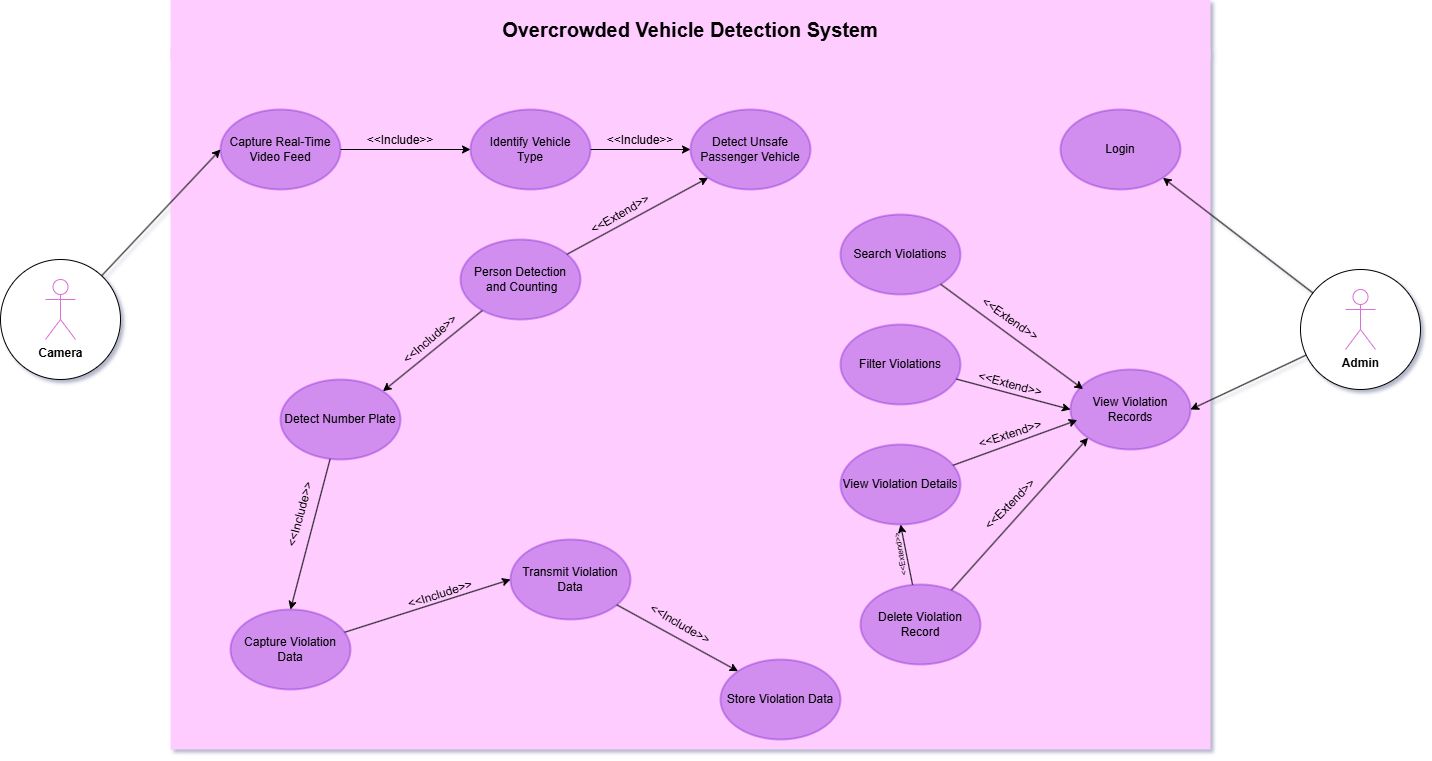
Before: Use Case Diagram.png, a diagram exported from draw.io (safe-ride-AI/unsafe-passenger-detection). Source tidied: cells renumbered, new cells last; positions are measured from the earlier drawing's top-left corner, leaving out a move shared by most shapes.
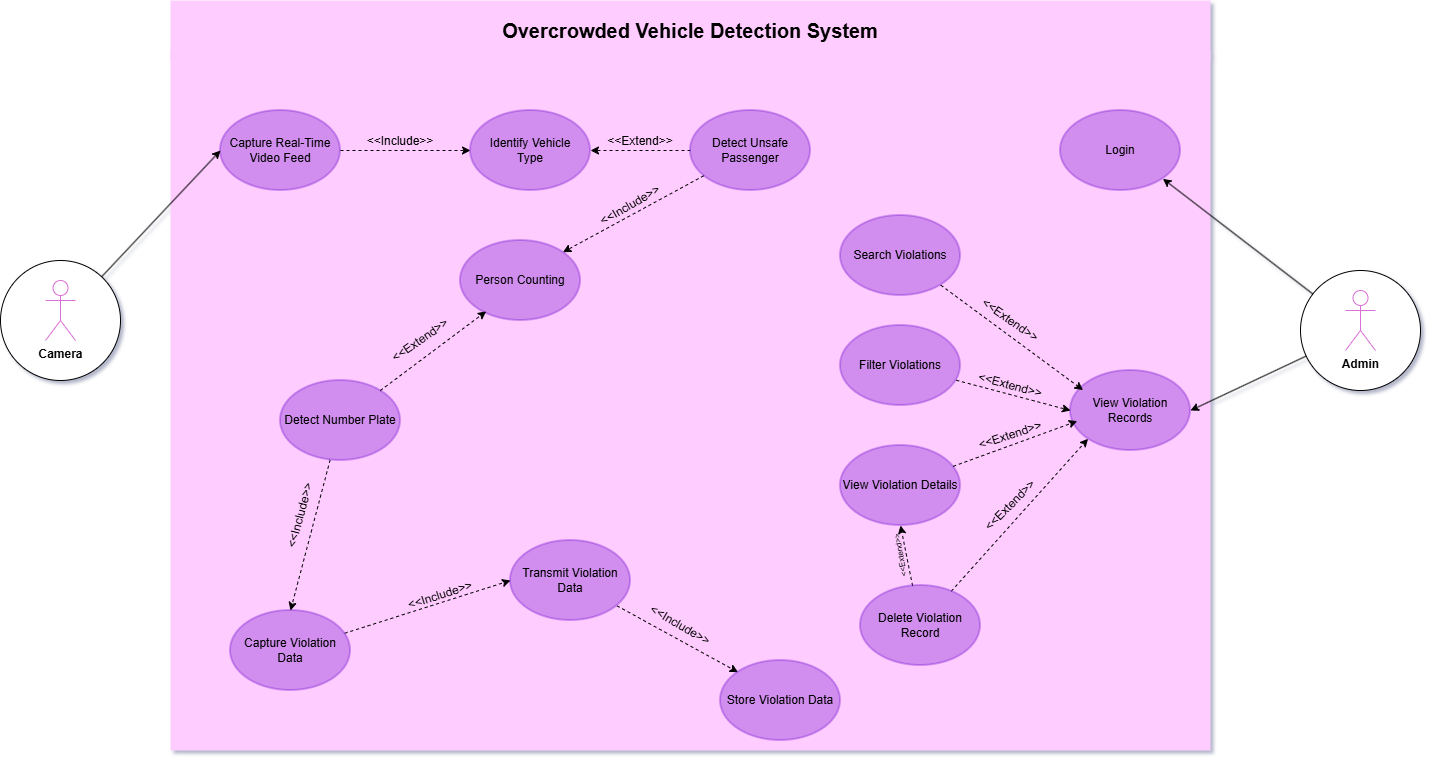
The same file after the commit.

Commit message:
Activity, Architecture , DFD, Layer, State Machine, Structure chart and Use case Diagram Updated

Change to the diagram source:
```diff
@@ -2,16 +2,22 @@
   <root>
     <mxCell id="0" />
     <mxCell id="1" parent="0" />
-    <mxCell id="2" style="rounded=0;whiteSpace=wrap;html=1;fillColor=light-dark(#FFCCFF,#FFCCFF);strokeColor=none;" parent="1" vertex="1">
+    <mxCell id="2" style="rounded=0;whiteSpace=wrap;html=1;fillColor=light-dark(#FFCCFF,#FFCCFF);strokeColor=none;dashed=1;" parent="1" vertex="1">
       <mxGeometry x="170" y="50" width="1040" height="700" as="geometry" />
     </mxCell>
     <mxCell id="3" value="&lt;font style=&quot;color: light-dark(rgb(0, 0, 0), rgb(0, 0, 0));&quot;&gt;Capture Real-Time Video Feed&lt;/font&gt;" style="ellipse;whiteSpace=wrap;html=1;fillColor=light-dark(#6600CC,#6600CC);fontColor=#000000;strokeColor=light-dark(#6600CC,#6600CC);fillStyle=auto;gradientColor=none;strokeWidth=2;opacity=30;" parent="1" vertex="1">
       <mxGeometry x="220" y="110" width="120" height="80" as="geometry" />
     </mxCell>
-    <mxCell id="4" style="edgeStyle=orthogonalEdgeStyle;rounded=0;jettySize=auto;html=1;entryX=0;entryY=0.5;entryDx=0;entryDy=0;strokeColor=light-dark(#000000,#000000);exitX=1;exitY=0.5;exitDx=0;exitDy=0;" parent="1" edge="1" source="3" target="9">
+    <mxCell id="4" style="edgeStyle=orthogonalEdgeStyle;rounded=0;jettySize=auto;html=1;entryX=0;entryY=0.5;entryDx=0;entryDy=0;strokeColor=light-dark(#000000,#000000);exitX=1;exitY=0.5;exitDx=0;exitDy=0;dashed=1;" parent="1" edge="1" source="3" target="9">
       <mxGeometry relative="1" as="geometry" />
     </mxCell>
+    <mxCell id="49" style="rounded=0;jettySize=auto;html=1;entryX=1;entryY=0;entryDx=0;entryDy=0;strokeColor=light-dark(#000000,#000000);dashed=1;" parent="1" edge="1" source="5" target="44">
+      <mxGeometry relative="1" as="geometry" />
+    </mxCell>
+    <mxCell id="50" style="edgeStyle=orthogonalEdgeStyle;rounded=0;jettySize=auto;html=1;entryX=1;entryY=0.5;entryDx=0;entryDy=0;strokeColor=light-dark(#000000,#000000);dashed=1;" parent="1" edge="1" source="5" target="9">
+      <mxGeometry relative="1" as="geometry" />
+    </mxCell>
-    <mxCell id="5" value="&lt;font style=&quot;color: light-dark(rgb(0, 0, 0), rgb(0, 0, 0));&quot;&gt;Detect Unsafe Passenger Vehicle&lt;/font&gt;" style="ellipse;whiteSpace=wrap;html=1;fillColor=light-dark(#6600CC,#6600CC);fontColor=#000000;strokeColor=light-dark(#6600CC,#6600CC);fillStyle=auto;gradientColor=none;strokeWidth=2;opacity=30;" parent="1" vertex="1">
+    <mxCell id="5" value="&lt;font style=&quot;color: light-dark(rgb(0, 0, 0), rgb(0, 0, 0));&quot;&gt;Detect Unsafe Passenger&lt;/font&gt;" style="ellipse;whiteSpace=wrap;html=1;fillColor=light-dark(#6600CC,#6600CC);fontColor=#000000;strokeColor=light-dark(#6600CC,#6600CC);fillStyle=auto;gradientColor=none;strokeWidth=2;opacity=30;" parent="1" vertex="1">
       <mxGeometry x="690" y="110" width="120" height="80" as="geometry" />
     </mxCell>
     <mxCell id="6" value="&lt;font style=&quot;color: light-dark(rgb(0, 0, 0), rgb(0, 0, 0));&quot;&gt;&amp;lt;&amp;lt;Include&amp;gt;&amp;gt;&lt;/font&gt;" style="text;html=1;whiteSpace=wrap;strokeColor=none;fillColor=none;align=center;verticalAlign=middle;rounded=0;" parent="1" vertex="1">
@@ -20,19 +26,16 @@
     <mxCell id="7" value="&lt;font style=&quot;color: light-dark(rgb(0, 0, 0), rgb(0, 0, 0));&quot;&gt;&amp;lt;&amp;lt;Extend&amp;gt;&amp;gt;&lt;/font&gt;" style="text;html=1;whiteSpace=wrap;strokeColor=none;fillColor=none;align=center;verticalAlign=middle;rounded=0;rotation=35;" parent="1" vertex="1">
       <mxGeometry x="980" y="305" width="60" height="30" as="geometry" />
     </mxCell>
-    <mxCell id="8" style="edgeStyle=orthogonalEdgeStyle;rounded=0;jettySize=auto;html=1;entryX=0;entryY=0.5;entryDx=0;entryDy=0;strokeColor=light-dark(#000000,#000000);" parent="1" edge="1" source="9" target="5">
-      <mxGeometry relative="1" as="geometry" />
-    </mxCell>
     <mxCell id="9" value="&lt;font style=&quot;color: light-dark(rgb(0, 0, 0), rgb(0, 0, 0));&quot;&gt;Identify Vehicle&lt;/font&gt;&lt;div&gt;&lt;span style=&quot;color: light-dark(rgb(0, 0, 0), rgb(0, 0, 0)); background-color: transparent;&quot;&gt;Type&lt;/span&gt;&lt;/div&gt;" style="ellipse;whiteSpace=wrap;html=1;fillColor=light-dark(#6600CC,#6600CC);fontColor=#000000;strokeColor=light-dark(#6600CC,#6600CC);fillStyle=auto;gradientColor=none;strokeWidth=2;opacity=30;" parent="1" vertex="1">
       <mxGeometry x="470" y="110" width="120" height="80" as="geometry" />
     </mxCell>
-    <mxCell id="10" style="rounded=0;jettySize=auto;html=1;entryX=0;entryY=0.5;entryDx=0;entryDy=0;strokeColor=light-dark(#000000,#000000);" parent="1" edge="1" source="11" target="13">
+    <mxCell id="10" style="rounded=0;jettySize=auto;html=1;entryX=0;entryY=0.5;entryDx=0;entryDy=0;strokeColor=light-dark(#000000,#000000);dashed=1;" parent="1" edge="1" source="11" target="13">
       <mxGeometry relative="1" as="geometry" />
     </mxCell>
     <mxCell id="11" value="&lt;font style=&quot;color: light-dark(rgb(0, 0, 0), rgb(0, 0, 0));&quot;&gt;Capture Violation Data&lt;/font&gt;" style="ellipse;whiteSpace=wrap;html=1;fillColor=light-dark(#6600CC,#6600CC);fontColor=#000000;strokeColor=light-dark(#6600CC,#6600CC);fillStyle=auto;gradientColor=none;strokeWidth=2;opacity=30;" parent="1" vertex="1">
       <mxGeometry x="230" y="610" width="120" height="80" as="geometry" />
     </mxCell>
-    <mxCell id="12" style="rounded=0;jettySize=auto;html=1;entryX=0;entryY=0;entryDx=0;entryDy=0;strokeColor=light-dark(#000000,#000000);" parent="1" edge="1" source="13" target="14">
+    <mxCell id="12" style="rounded=0;jettySize=auto;html=1;entryX=0;entryY=0;entryDx=0;entryDy=0;strokeColor=light-dark(#000000,#000000);dashed=1;" parent="1" edge="1" source="13" target="14">
       <mxGeometry relative="1" as="geometry" />
     </mxCell>
     <mxCell id="13" value="&lt;font style=&quot;color: light-dark(rgb(0, 0, 0), rgb(0, 0, 0));&quot;&gt;Transmit Violation Data&lt;/font&gt;" style="ellipse;whiteSpace=wrap;html=1;fillColor=light-dark(#6600CC,#6600CC);fontColor=#000000;strokeColor=light-dark(#6600CC,#6600CC);fillStyle=auto;gradientColor=none;strokeWidth=2;opacity=30;" parent="1" vertex="1">
@@ -53,7 +56,7 @@
     <mxCell id="18" value="&lt;font style=&quot;color: light-dark(rgb(0, 0, 0), rgb(0, 0, 0));&quot;&gt;Search Violations&lt;/font&gt;" style="ellipse;whiteSpace=wrap;html=1;fillColor=light-dark(#6600CC,#6600CC);fontColor=#000000;strokeColor=light-dark(#6600CC,#6600CC);fillStyle=auto;gradientColor=none;strokeWidth=2;opacity=30;" parent="1" vertex="1">
       <mxGeometry x="840" y="215" width="120" height="80" as="geometry" />
     </mxCell>
-    <mxCell id="19" style="rounded=0;jettySize=auto;html=1;entryX=0;entryY=0.5;entryDx=0;entryDy=0;strokeColor=light-dark(#000000,#000000);" parent="1" edge="1" source="20" target="17">
+    <mxCell id="19" style="rounded=0;jettySize=auto;html=1;entryX=0;entryY=0.5;entryDx=0;entryDy=0;strokeColor=light-dark(#000000,#000000);dashed=1;" parent="1" edge="1" source="20" target="17">
       <mxGeometry relative="1" as="geometry" />
     </mxCell>
     <mxCell id="20" value="&lt;font style=&quot;color: light-dark(rgb(0, 0, 0), rgb(0, 0, 0));&quot;&gt;Filter Violations&lt;/font&gt;" style="ellipse;whiteSpace=wrap;html=1;fillColor=light-dark(#6600CC,#6600CC);fontColor=#000000;strokeColor=light-dark(#6600CC,#6600CC);fillStyle=auto;gradientColor=none;strokeWidth=2;opacity=30;" parent="1" vertex="1">
@@ -62,10 +65,10 @@
     <mxCell id="21" value="&lt;font style=&quot;color: light-dark(rgb(0, 0, 0), rgb(0, 0, 0));&quot;&gt;View Violation Details&lt;/font&gt;" style="ellipse;whiteSpace=wrap;html=1;fillColor=light-dark(#6600CC,#6600CC);fontColor=#000000;strokeColor=light-dark(#6600CC,#6600CC);fillStyle=auto;gradientColor=none;strokeWidth=2;opacity=30;" parent="1" vertex="1">
       <mxGeometry x="840" y="445" width="120" height="80" as="geometry" />
     </mxCell>
-    <mxCell id="22" style="rounded=0;jettySize=auto;html=1;entryX=0;entryY=1;entryDx=0;entryDy=0;strokeColor=light-dark(#000000,#000000);" parent="1" edge="1" source="24" target="17">
+    <mxCell id="22" style="rounded=0;jettySize=auto;html=1;entryX=0;entryY=1;entryDx=0;entryDy=0;strokeColor=light-dark(#000000,#000000);dashed=1;" parent="1" edge="1" source="24" target="17">
       <mxGeometry relative="1" as="geometry" />
     </mxCell>
-    <mxCell id="23" style="rounded=0;jettySize=auto;html=1;entryX=0.5;entryY=1;entryDx=0;entryDy=0;fontColor=light-dark(#000000,#000000);strokeColor=light-dark(#000000,#000000);" parent="1" edge="1" source="24" target="21">
+    <mxCell id="23" style="rounded=0;jettySize=auto;html=1;entryX=0.5;entryY=1;entryDx=0;entryDy=0;fontColor=light-dark(#000000,#000000);strokeColor=light-dark(#000000,#000000);dashed=1;" parent="1" edge="1" source="24" target="21">
       <mxGeometry relative="1" as="geometry" />
     </mxCell>
     <mxCell id="24" value="&lt;font style=&quot;color: light-dark(rgb(0, 0, 0), rgb(0, 0, 0));&quot;&gt;Delete Violation Record&lt;/font&gt;" style="ellipse;whiteSpace=wrap;html=1;fillColor=light-dark(#6600CC,#6600CC);fontColor=#000000;strokeColor=light-dark(#6600CC,#6600CC);fillStyle=auto;gradientColor=none;strokeWidth=2;opacity=30;" parent="1" vertex="1">
@@ -95,10 +98,10 @@
     <mxCell id="32" value="&lt;font style=&quot;color: light-dark(rgb(0, 0, 0), rgb(0, 0, 0));&quot;&gt;&lt;b&gt;Admin&lt;/b&gt;&lt;/font&gt;" style="shape=umlActor;verticalLabelPosition=bottom;verticalAlign=top;html=1;strokeColor=light-dark(#DA70D6,#DA70D6);" parent="1" vertex="1">
       <mxGeometry x="1345" y="290" width="30" height="60" as="geometry" />
     </mxCell>
-    <mxCell id="33" style="rounded=0;jettySize=auto;html=1;entryX=0.105;entryY=0.245;entryDx=0;entryDy=0;entryPerimeter=0;strokeColor=light-dark(#000000,#000000);" parent="1" edge="1" source="18" target="17">
+    <mxCell id="33" style="rounded=0;jettySize=auto;html=1;entryX=0.105;entryY=0.245;entryDx=0;entryDy=0;entryPerimeter=0;strokeColor=light-dark(#000000,#000000);dashed=1;" parent="1" edge="1" source="18" target="17">
       <mxGeometry relative="1" as="geometry" />
     </mxCell>
-    <mxCell id="34" style="rounded=0;jettySize=auto;html=1;entryX=0.056;entryY=0.633;entryDx=0;entryDy=0;entryPerimeter=0;strokeColor=light-dark(#000000,#000000);" parent="1" edge="1" source="21" target="17">
+    <mxCell id="34" style="rounded=0;jettySize=auto;html=1;entryX=0.056;entryY=0.633;entryDx=0;entryDy=0;entryPerimeter=0;strokeColor=light-dark(#000000,#000000);dashed=1;" parent="1" edge="1" source="21" target="17">
       <mxGeometry relative="1" as="geometry" />
     </mxCell>
     <mxCell id="35" value="&lt;font style=&quot;color: light-dark(rgb(0, 0, 0), rgb(0, 0, 0));&quot;&gt;&amp;lt;&amp;lt;Extend&amp;gt;&amp;gt;&lt;/font&gt;" style="text;html=1;whiteSpace=wrap;strokeColor=none;fillColor=none;align=center;verticalAlign=middle;rounded=0;rotation=15;" parent="1" vertex="1">
@@ -110,38 +113,35 @@
     <mxCell id="37" value="&lt;font style=&quot;color: light-dark(rgb(0, 0, 0), rgb(0, 0, 0));&quot;&gt;&amp;lt;&amp;lt;Extend&amp;gt;&amp;gt;&lt;/font&gt;" style="text;html=1;whiteSpace=wrap;strokeColor=none;fillColor=none;align=center;verticalAlign=middle;rounded=0;rotation=-45;" parent="1" vertex="1">
       <mxGeometry x="980" y="490" width="60" height="30" as="geometry" />
     </mxCell>
-    <mxCell id="38" style="rounded=0;jettySize=auto;html=1;entryX=0.5;entryY=0;entryDx=0;entryDy=0;strokeColor=light-dark(#000000,#000000);" parent="1" edge="1" source="39" target="11">
+    <mxCell id="38" style="rounded=0;jettySize=auto;html=1;entryX=0.5;entryY=0;entryDx=0;entryDy=0;strokeColor=light-dark(#000000,#000000);dashed=1;" parent="1" edge="1" source="39" target="11">
       <mxGeometry relative="1" as="geometry" />
     </mxCell>
     <mxCell id="39" value="&lt;font style=&quot;color: light-dark(rgb(0, 0, 0), rgb(0, 0, 0));&quot;&gt;Detect Number Plate&lt;/font&gt;" style="ellipse;whiteSpace=wrap;html=1;fillColor=light-dark(#6600CC,#6600CC);fontColor=#000000;strokeColor=light-dark(#6600CC,#6600CC);fillStyle=auto;gradientColor=none;strokeWidth=2;opacity=30;" parent="1" vertex="1">
       <mxGeometry x="280" y="380" width="120" height="80" as="geometry" />
     </mxCell>
-    <mxCell id="40" value="&lt;font style=&quot;color: light-dark(rgb(0, 0, 0), rgb(0, 0, 0));&quot;&gt;&amp;lt;&amp;lt;Include&amp;gt;&amp;gt;&lt;/font&gt;" style="text;html=1;whiteSpace=wrap;strokeColor=none;fillColor=none;align=center;verticalAlign=middle;rounded=0;" parent="1" vertex="1">
-      <mxGeometry x="610" y="126" width="60" height="30" as="geometry" />
-    </mxCell>
     <mxCell id="41" value="&lt;font style=&quot;color: light-dark(rgb(0, 0, 0), rgb(0, 0, 0));&quot;&gt;&amp;lt;&amp;lt;Include&amp;gt;&amp;gt;&lt;/font&gt;" style="text;html=1;whiteSpace=wrap;strokeColor=none;fillColor=none;align=center;verticalAlign=middle;rounded=0;rotation=-75;" parent="1" vertex="1">
       <mxGeometry x="270" y="500" width="60" height="30" as="geometry" />
     </mxCell>
-    <mxCell id="42" style="rounded=0;jettySize=auto;html=1;entryX=0;entryY=1;entryDx=0;entryDy=0;fontColor=light-dark(#000000,#000000);strokeColor=light-dark(#000000,#000000);" parent="1" edge="1" source="44" target="5">
-      <mxGeometry relative="1" as="geometry" />
-    </mxCell>
-    <mxCell id="43" style="rounded=0;jettySize=auto;html=1;entryX=1;entryY=0;entryDx=0;entryDy=0;strokeColor=light-dark(#000000,#000000);" parent="1" edge="1" source="44" target="39">
-      <mxGeometry relative="1" as="geometry" />
-    </mxCell>
-    <mxCell id="44" value="&lt;font&gt;Person Detection&lt;/font&gt;&lt;div&gt;&lt;font&gt;&amp;nbsp;and Counting&lt;/font&gt;&lt;/div&gt;" style="ellipse;whiteSpace=wrap;html=1;fillColor=light-dark(#6600CC,#6600CC);fontColor=light-dark(#000000,#000000);strokeColor=light-dark(#6600CC,#6600CC);fillStyle=auto;gradientColor=none;strokeWidth=2;opacity=30;" parent="1" vertex="1">
+    <mxCell id="44" value="&lt;font&gt;Person&lt;/font&gt;&lt;span style=&quot;background-color: transparent;&quot;&gt;&amp;nbsp;Counting&lt;/span&gt;" style="ellipse;whiteSpace=wrap;html=1;fillColor=light-dark(#6600CC,#6600CC);fontColor=light-dark(#000000,#000000);strokeColor=light-dark(#6600CC,#6600CC);fillStyle=auto;gradientColor=none;strokeWidth=2;opacity=30;" parent="1" vertex="1">
       <mxGeometry x="460" y="240" width="120" height="80" as="geometry" />
     </mxCell>
-    <mxCell id="45" value="&lt;font style=&quot;color: light-dark(rgb(0, 0, 0), rgb(0, 0, 0));&quot;&gt;&amp;lt;&amp;lt;Extend&amp;gt;&amp;gt;&lt;/font&gt;" style="text;html=1;whiteSpace=wrap;strokeColor=none;fillColor=none;align=center;verticalAlign=middle;rounded=0;rotation=-30;" parent="1" vertex="1">
-      <mxGeometry x="590" y="200" width="60" height="30" as="geometry" />
-    </mxCell>
     <mxCell id="46" value="&lt;font style=&quot;color: light-dark(rgb(0, 0, 0), rgb(0, 0, 0));&quot;&gt;&amp;lt;&amp;lt;Include&amp;gt;&amp;gt;&lt;/font&gt;" style="text;html=1;whiteSpace=wrap;strokeColor=none;fillColor=none;align=center;verticalAlign=middle;rounded=0;rotation=30;" parent="1" vertex="1">
       <mxGeometry x="650" y="610" width="60" height="30" as="geometry" />
     </mxCell>
-    <mxCell id="47" value="&lt;font style=&quot;color: light-dark(rgb(0, 0, 0), rgb(0, 0, 0));&quot;&gt;&amp;lt;&amp;lt;Include&amp;gt;&amp;gt;&lt;/font&gt;" style="text;html=1;whiteSpace=wrap;strokeColor=none;fillColor=none;align=center;verticalAlign=middle;rounded=0;rotation=-41;" parent="1" vertex="1">
-      <mxGeometry x="400" y="325" width="60" height="30" as="geometry" />
-    </mxCell>
     <mxCell id="48" value="&lt;font style=&quot;color: light-dark(rgb(0, 0, 0), rgb(0, 0, 0));&quot;&gt;&amp;lt;&amp;lt;Extend&amp;gt;&amp;gt;&lt;/font&gt;" style="text;html=1;whiteSpace=wrap;strokeColor=none;fillColor=none;align=center;verticalAlign=middle;rounded=0;rotation=-100;fontSize=8;" parent="1" vertex="1">
       <mxGeometry x="885.2" y="550" width="29.7" height="9.6" as="geometry" />
     </mxCell>
+    <mxCell id="51" value="&lt;font style=&quot;color: light-dark(rgb(0, 0, 0), rgb(0, 0, 0));&quot;&gt;&amp;lt;&amp;lt;Include&amp;gt;&amp;gt;&lt;/font&gt;" style="text;html=1;whiteSpace=wrap;strokeColor=none;fillColor=none;align=center;verticalAlign=middle;rounded=0;rotation=-30;" parent="1" vertex="1">
+      <mxGeometry x="600" y="190" width="60" height="30" as="geometry" />
+    </mxCell>
+    <mxCell id="52" style="rounded=0;jettySize=auto;html=1;entryX=0.214;entryY=0.886;entryDx=0;entryDy=0;entryPerimeter=0;strokeColor=light-dark(#000000,#000000);dashed=1;" parent="1" edge="1" source="39" target="44">
+      <mxGeometry relative="1" as="geometry" />
+    </mxCell>
+    <mxCell id="53" value="&lt;font style=&quot;color: light-dark(rgb(0, 0, 0), rgb(0, 0, 0));&quot;&gt;&amp;lt;&amp;lt;Extend&amp;gt;&amp;gt;&lt;/font&gt;" style="text;html=1;whiteSpace=wrap;strokeColor=none;fillColor=none;align=center;verticalAlign=middle;rounded=0;rotation=-35;" parent="1" vertex="1">
+      <mxGeometry x="390" y="325" width="60" height="30" as="geometry" />
+    </mxCell>
+    <mxCell id="54" value="&lt;font style=&quot;color: light-dark(rgb(0, 0, 0), rgb(0, 0, 0));&quot;&gt;&amp;lt;&amp;lt;Extend&amp;gt;&amp;gt;&lt;/font&gt;" style="text;html=1;whiteSpace=wrap;strokeColor=none;fillColor=none;align=center;verticalAlign=middle;rounded=0;rotation=0;" parent="1" vertex="1">
+      <mxGeometry x="610" y="126" width="60" height="30" as="geometry" />
+    </mxCell>
   </root>
 </mxGraphModel>
```
